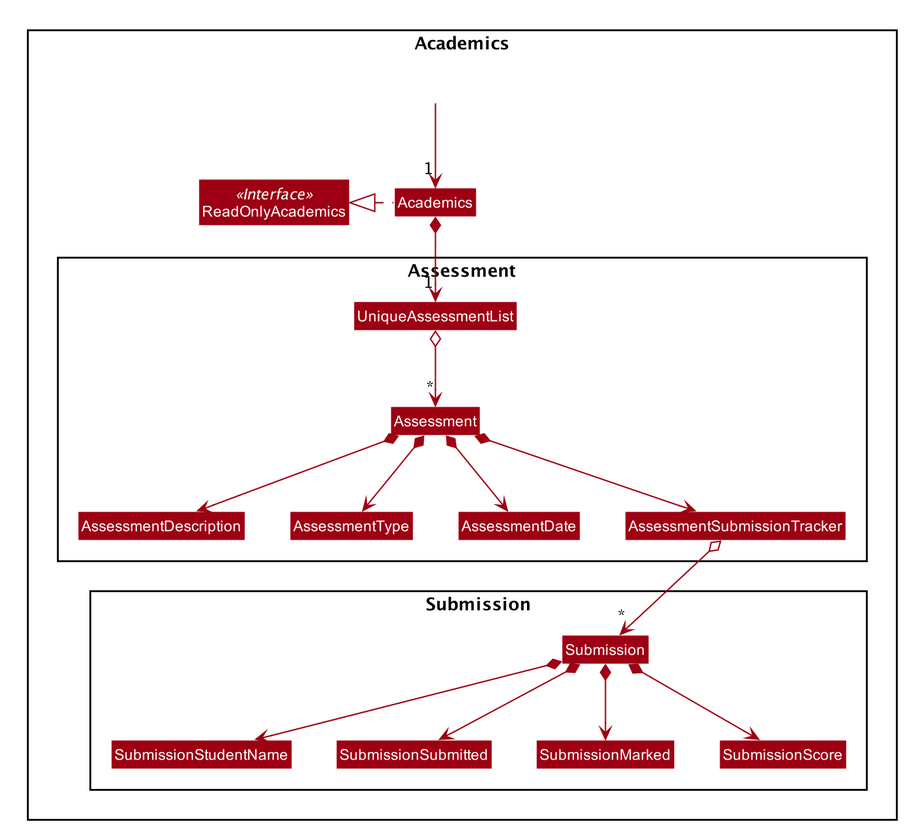
The PlantUML diagram docs/images/academics/AcademicsModelClassDiagram.png in tingalinga/main, before a commit.
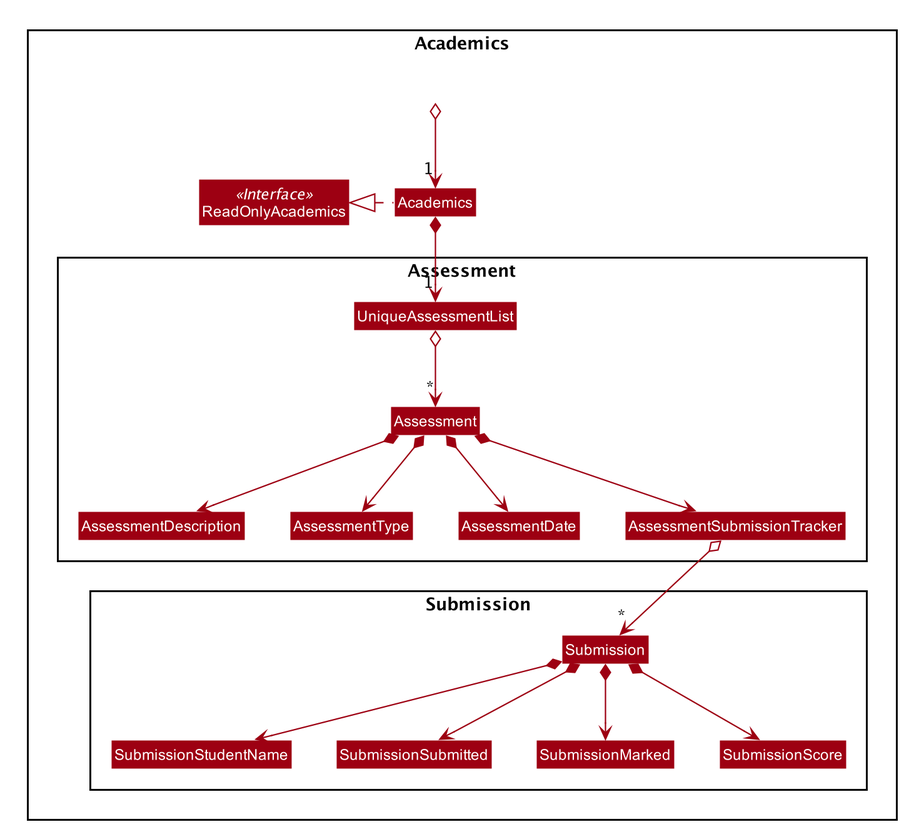
Later version of the same file.

What changed in the source:
```diff
@@ -76,7 +76,7 @@
 }
 
 Class HiddenOutside #FFFFFF
-HiddenOutside --> "1"  Academics
+HiddenOutside o--> "1"  Academics
 
 Academics *--> "1" UniqueAssessmentList
 UniqueAssessmentList o--> "*" Assessment
```
